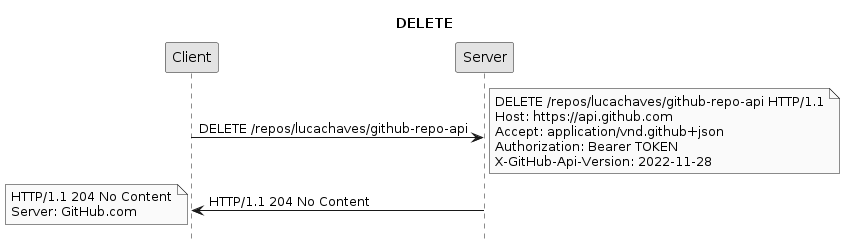
Before: public/imgs/api/rest/github-delete-repository.png, a diagram exported from PlantUML (ifpb/ls).
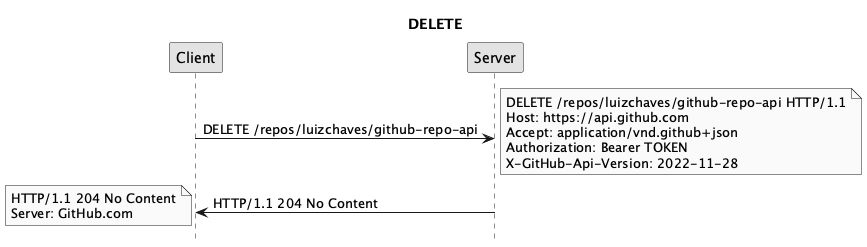
After the commit.

Change to the diagram source:
```diff
@@ -3,8 +3,8 @@
 hide footbox
 skinparam monochrome true
 
-Client -> Server: DELETE /repos/lucachaves/github-repo-api
-note right: DELETE /repos/lucachaves/github-repo-api HTTP/1.1\nHost: https://api.github.com\nAccept: application/vnd.github+json\nAuthorization: Bearer TOKEN\nX-GitHub-Api-Version: 2022-11-28
+Client -> Server: DELETE /repos/luizchaves/github-repo-api
+note right: DELETE /repos/luizchaves/github-repo-api HTTP/1.1\nHost: https://api.github.com\nAccept: application/vnd.github+json\nAuthorization: Bearer TOKEN\nX-GitHub-Api-Version: 2022-11-28
 Server -> Client: HTTP/1.1 204 No Content
 note left: HTTP/1.1 204 No Content\nServer: GitHub.com
 @enduml
```
